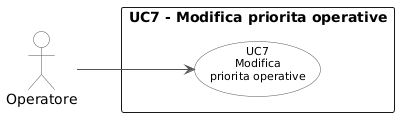
Above: img/usecase/uc7.png in Faverooo/Tesi-MarcoFavero (PlantUML), before the change.
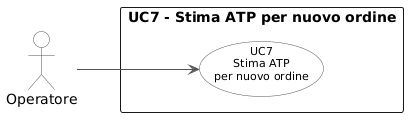
Later version of the same file.

What changed in the source:
```diff
@@ -14,8 +14,8 @@
 
 actor "Operatore" as op
 
-rectangle "UC7 - Modifica priorita operative" {
-    (UC7\nModifica\npriorita operative) as UC7
+rectangle "UC7 - Stima ATP per nuovo ordine" {
+    (UC7\nStima ATP\nper nuovo ordine) as UC7
 }
 
 op --> UC7
```
